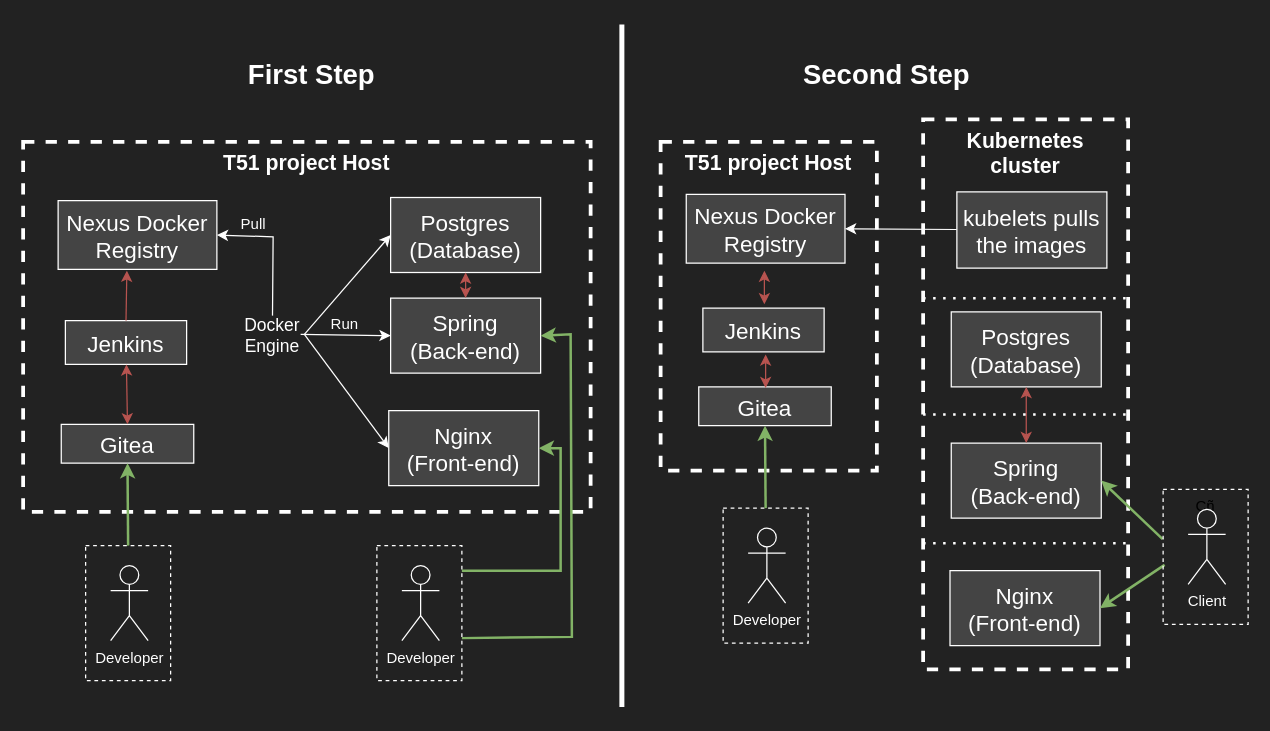
The draw.io diagram docs/graphs/graph-next-setup-proposal.drawio in somsos/DevOps-Template-51, before the edit. Source tidied: cells renumbered, new cells numbered last; positions are measured from the earlier drawing's top-left corner, leaving out a move shared by most shapes. Both pictures are drawn from the tidied source at 125%, with x=0, y=0 at pixel (22, 24).
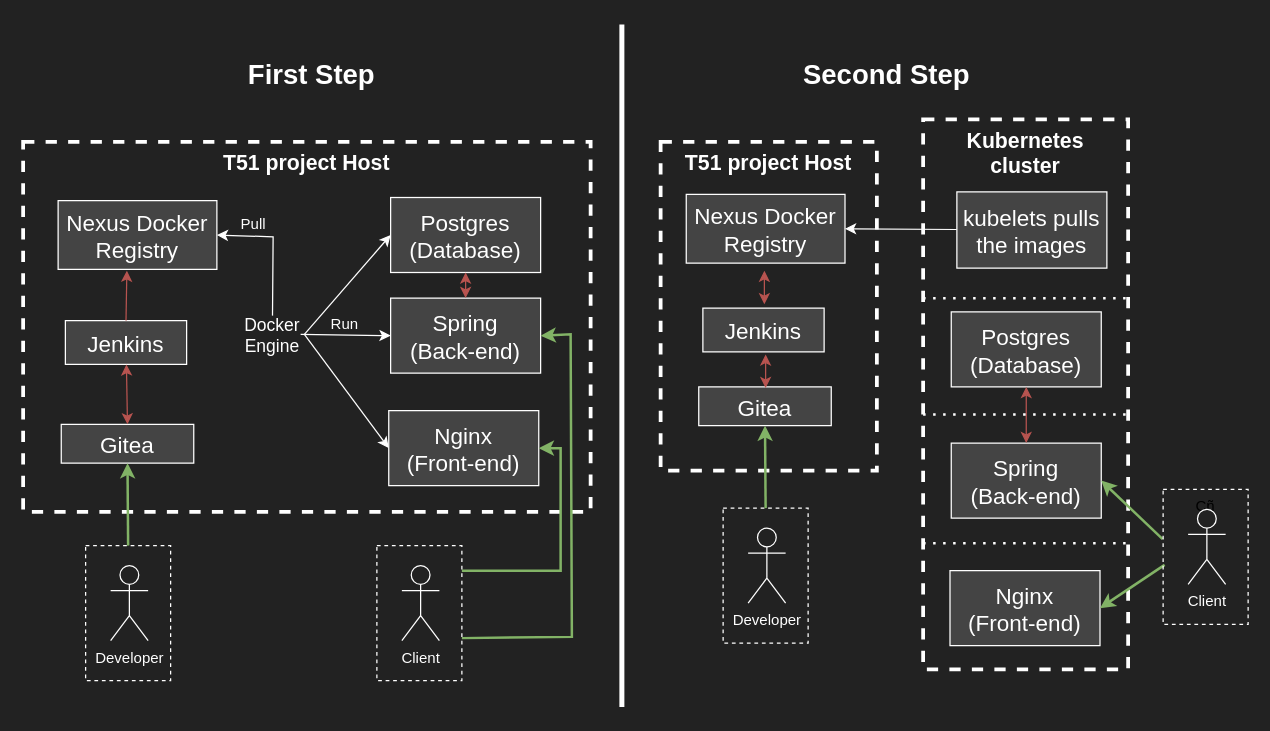
The same diagram, later.

Unchanged cells that the change refers to:
```xml
<mxCell id="39" style="group;" parent="1" vertex="1">
  <mxGeometry x="283" y="417" width="68" height="108" as="geometry" />
</mxCell>
```

The edit, as a diff of the source:
```diff
@@
-    <mxCell id="41" value="Developer" style="shape=umlActor;verticalLabelPosition=bottom;verticalAlign=top;html=1;rounded=0;strokeColor=#FFFFFF;align=center;fontFamily=Helvetica;fontSize=12;fontColor=#FFFFFF;labelBackgroundColor=none;fillColor=none;" parent="39" vertex="1">
+    <mxCell id="41" value="Client" style="shape=umlActor;verticalLabelPosition=bottom;verticalAlign=top;html=1;rounded=0;strokeColor=#FFFFFF;align=center;fontFamily=Helvetica;fontSize=12;fontColor=#FFFFFF;labelBackgroundColor=none;fillColor=none;" parent="39" vertex="1">
       <mxGeometry x="20" y="16" width="30" height="60" as="geometry" />
     </mxCell>
```
